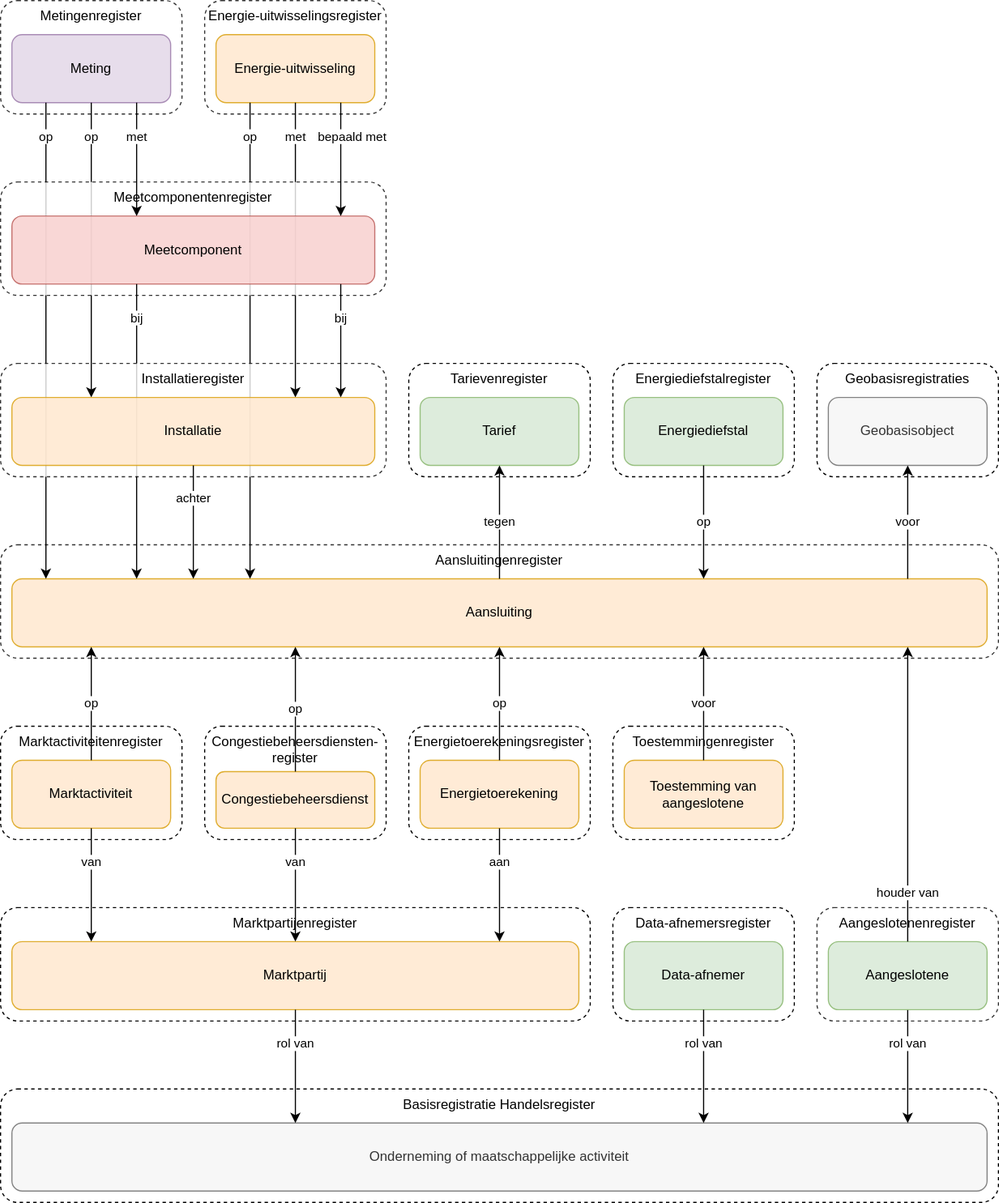
Earlier version of the draw.io export docs/assets/images/stelselplaat.drawio.svg (Netbeheer-Nederland/stelsel). Source tidied: cells renumbered, new cells last; positions are measured from the earlier drawing's top-left corner, leaving out a move shared by most shapes.
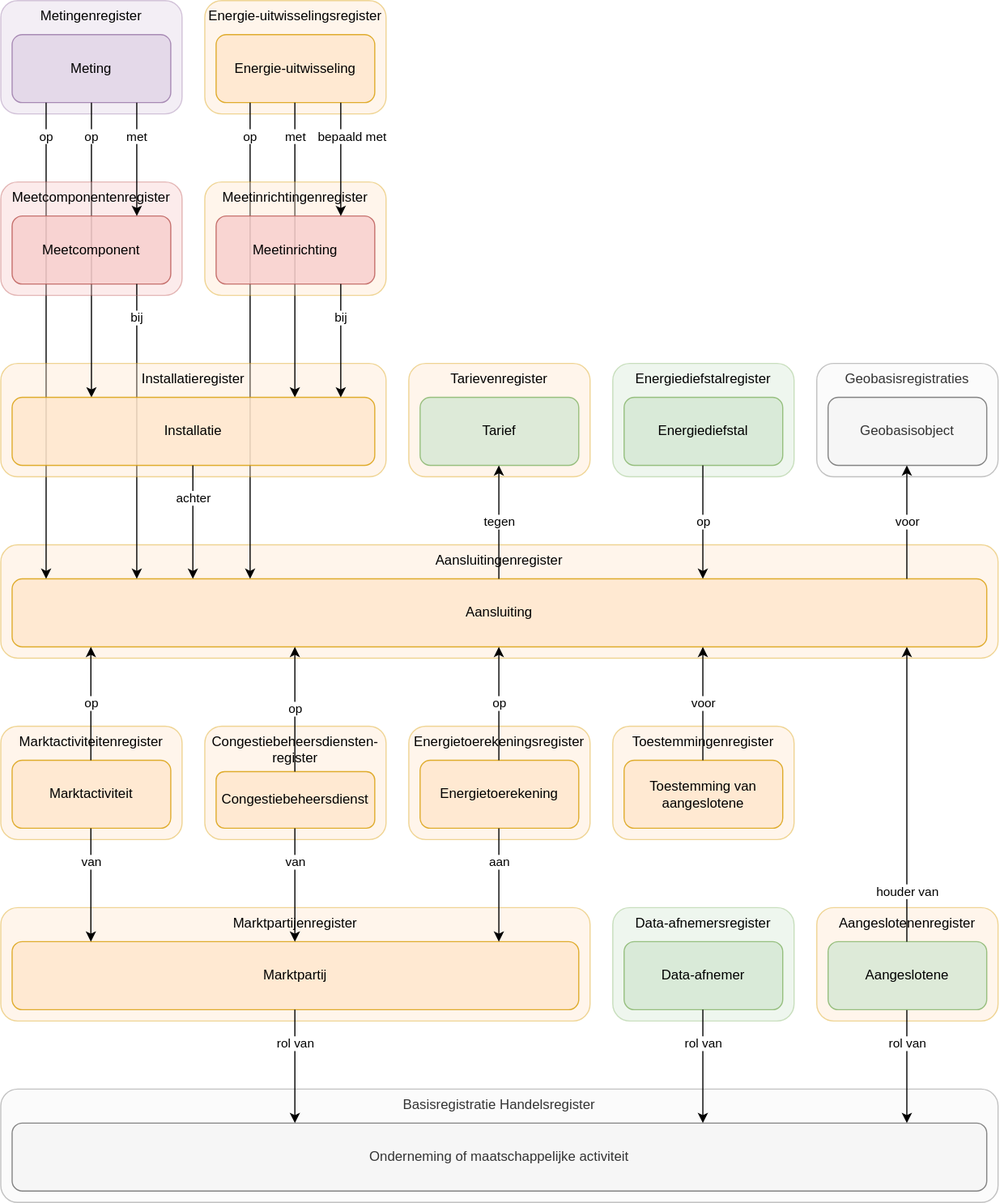
Above is the later version.

Change to the diagram source:
```diff
@@ -2,19 +2,19 @@
   <root>
     <mxCell id="0" />
     <mxCell id="1" parent="0" />
-    <mxCell id="2" value="Toestemmingenregister" style="rounded=1;whiteSpace=wrap;html=1;verticalAlign=top;horizontal=1;align=center;dashed=1;" parent="1" vertex="1">
+    <mxCell id="2" value="Toestemmingenregister" style="rounded=1;whiteSpace=wrap;html=1;verticalAlign=top;horizontal=1;align=center;fillColor=#ffe6cc;strokeColor=#d79b00;opacity=40;" parent="1" vertex="1">
       <mxGeometry x="540" y="640" width="160" height="100" as="geometry" />
     </mxCell>
-    <mxCell id="3" value="Marktpartijenregister" style="rounded=1;whiteSpace=wrap;html=1;verticalAlign=top;align=center;horizontal=1;dashed=1;" parent="1" vertex="1">
+    <mxCell id="3" value="Marktpartijenregister" style="rounded=1;whiteSpace=wrap;html=1;verticalAlign=top;align=center;horizontal=1;fillColor=#ffe6cc;strokeColor=#d79b00;opacity=40;" parent="1" vertex="1">
       <mxGeometry y="800" width="520" height="100" as="geometry" />
     </mxCell>
     <mxCell id="4" value="Marktpartij" style="rounded=1;whiteSpace=wrap;html=1;fillColor=#ffe6cc;strokeColor=#d79b00;opacity=80;" parent="1" vertex="1">
       <mxGeometry x="10" y="830" width="500" height="60" as="geometry" />
     </mxCell>
-    <mxCell id="5" value="Marktactiviteitenregister" style="rounded=1;whiteSpace=wrap;html=1;verticalAlign=top;align=center;horizontal=1;dashed=1;" parent="1" vertex="1">
+    <mxCell id="5" value="Marktactiviteitenregister" style="rounded=1;whiteSpace=wrap;html=1;verticalAlign=top;align=center;horizontal=1;fillColor=#ffe6cc;strokeColor=#d79b00;opacity=40;" parent="1" vertex="1">
       <mxGeometry y="640" width="160" height="100" as="geometry" />
     </mxCell>
-    <mxCell id="6" value="Congestiebeheersdiensten-register" style="rounded=1;whiteSpace=wrap;html=1;verticalAlign=top;align=center;horizontal=1;dashed=1;" parent="1" vertex="1">
+    <mxCell id="6" value="Congestiebeheersdiensten-register" style="rounded=1;whiteSpace=wrap;html=1;verticalAlign=top;align=center;horizontal=1;fillColor=#ffe6cc;strokeColor=#d79b00;opacity=40;" parent="1" vertex="1">
       <mxGeometry x="180" y="640" width="160" height="100" as="geometry" />
     </mxCell>
     <mxCell id="7" value="Marktactiviteit" style="rounded=1;whiteSpace=wrap;html=1;fillColor=#ffe6cc;strokeColor=#d79b00;opacity=80;" parent="1" vertex="1">
@@ -32,7 +32,7 @@
     <mxCell id="11" value="van" style="endArrow=classic;html=1;rounded=0;edgeStyle=elbowEdgeStyle;" parent="1" edge="1" source="9" target="4">
       <mxGeometry x="-0.4" relative="1" as="geometry" />
     </mxCell>
-    <mxCell id="12" value="Energietoerekeningsregister" style="rounded=1;whiteSpace=wrap;html=1;verticalAlign=top;align=center;horizontal=1;dashed=1;" parent="1" vertex="1">
+    <mxCell id="12" value="Energietoerekeningsregister" style="rounded=1;whiteSpace=wrap;html=1;verticalAlign=top;align=center;horizontal=1;fillColor=#ffe6cc;strokeColor=#d79b00;opacity=40;" parent="1" vertex="1">
       <mxGeometry x="360" y="640" width="160" height="100" as="geometry" />
     </mxCell>
     <mxCell id="13" value="Energietoerekening" style="rounded=1;whiteSpace=wrap;html=1;fillColor=#ffe6cc;strokeColor=#d79b00;opacity=80;" parent="1" vertex="1">
@@ -41,22 +41,22 @@
     <mxCell id="14" value="aan" style="endArrow=classic;html=1;rounded=0;edgeStyle=elbowEdgeStyle;" parent="1" edge="1" source="13" target="4">
       <mxGeometry x="-0.4" relative="1" as="geometry" />
     </mxCell>
-    <mxCell id="15" value="Geobasisregistraties" style="rounded=1;whiteSpace=wrap;html=1;verticalAlign=top;horizontal=1;align=center;dashed=1;" parent="1" vertex="1">
+    <mxCell id="15" value="Geobasisregistraties" style="rounded=1;whiteSpace=wrap;html=1;verticalAlign=top;horizontal=1;align=center;fillColor=#f5f5f5;fontColor=#333333;strokeColor=#666666;opacity=40;" parent="1" vertex="1">
       <mxGeometry x="720" y="320" width="160" height="100" as="geometry" />
     </mxCell>
     <mxCell id="16" value="Geobasisobject" style="rounded=1;whiteSpace=wrap;html=1;fillColor=#f5f5f5;strokeColor=#666666;fontColor=#333333;spacingLeft=4;spacingRight=4;opacity=80;" parent="1" vertex="1">
       <mxGeometry x="730" y="350" width="140" height="60" as="geometry" />
     </mxCell>
-    <mxCell id="17" value="Basisregistratie Handelsregister" style="rounded=1;whiteSpace=wrap;html=1;verticalAlign=top;horizontal=1;align=center;dashed=1;" parent="1" vertex="1">
+    <mxCell id="17" value="Basisregistratie Handelsregister" style="rounded=1;whiteSpace=wrap;html=1;verticalAlign=top;horizontal=1;align=center;fillColor=#f5f5f5;fontColor=#333333;strokeColor=#666666;opacity=40;" parent="1" vertex="1">
       <mxGeometry y="960" width="880" height="100" as="geometry" />
     </mxCell>
     <mxCell id="18" value="Onderneming of maatschappelijke activiteit" style="rounded=1;whiteSpace=wrap;html=1;fillColor=#f5f5f5;strokeColor=#666666;fontColor=#333333;opacity=80;" parent="1" vertex="1">
       <mxGeometry x="10" y="990" width="860" height="60" as="geometry" />
     </mxCell>
-    <mxCell id="19" value="Tarievenregister" style="rounded=1;whiteSpace=wrap;html=1;verticalAlign=top;horizontal=1;align=center;strokeWidth=1;dashed=1;" parent="1" vertex="1">
+    <mxCell id="19" value="Tarievenregister" style="rounded=1;whiteSpace=wrap;html=1;verticalAlign=top;horizontal=1;align=center;strokeWidth=1;fillColor=#ffe6cc;strokeColor=#d79b00;opacity=40;" parent="1" vertex="1">
       <mxGeometry x="360" y="320" width="160" height="100" as="geometry" />
     </mxCell>
-    <mxCell id="20" value="Data-afnemersregister" style="rounded=1;whiteSpace=wrap;html=1;verticalAlign=top;horizontal=1;align=center;dashed=1;" parent="1" vertex="1">
+    <mxCell id="20" value="Data-afnemersregister" style="rounded=1;whiteSpace=wrap;html=1;verticalAlign=top;horizontal=1;align=center;fillColor=#d5e8d4;strokeColor=#82b366;opacity=40;" parent="1" vertex="1">
       <mxGeometry x="540" y="800" width="160" height="100" as="geometry" />
     </mxCell>
     <mxCell id="21" value="Tarief" style="rounded=1;whiteSpace=wrap;html=1;fillColor=#d5e8d4;strokeColor=#82b366;opacity=80;" parent="1" vertex="1">
@@ -65,28 +65,28 @@
     <mxCell id="22" value="Data-afnemer" style="rounded=1;whiteSpace=wrap;html=1;fillColor=#d5e8d4;strokeColor=#82b366;opacity=80;" parent="1" vertex="1">
       <mxGeometry x="550" y="830" width="140" height="60" as="geometry" />
     </mxCell>
-    <mxCell id="23" value="Aangeslotenenregister" style="rounded=1;whiteSpace=wrap;html=1;verticalAlign=top;horizontal=1;align=center;dashed=1;strokeWidth=1;opacity=80;" parent="1" vertex="1">
+    <mxCell id="23" value="Aangeslotenenregister" style="rounded=1;whiteSpace=wrap;html=1;verticalAlign=top;horizontal=1;align=center;strokeWidth=1;opacity=40;fillColor=#ffe6cc;strokeColor=#d79b00;" parent="1" vertex="1">
       <mxGeometry x="720" y="800" width="160" height="100" as="geometry" />
     </mxCell>
     <mxCell id="24" value="rol van" style="endArrow=classic;html=1;rounded=0;edgeStyle=elbowEdgeStyle;" parent="1" edge="1" source="55" target="18">
       <mxGeometry x="-0.4" relative="1" as="geometry" />
     </mxCell>
-    <mxCell id="25" value="Aansluitingenregister" style="rounded=1;whiteSpace=wrap;html=1;verticalAlign=top;horizontal=1;align=center;dashed=1;opacity=80;" parent="1" vertex="1">
+    <mxCell id="25" value="Aansluitingenregister" style="rounded=1;whiteSpace=wrap;html=1;verticalAlign=top;horizontal=1;align=center;opacity=40;fillColor=#ffe6cc;strokeColor=#d79b00;" parent="1" vertex="1">
       <mxGeometry y="480" width="880" height="100" as="geometry" />
     </mxCell>
     <mxCell id="26" value="Aansluiting" style="rounded=1;whiteSpace=wrap;html=1;fillColor=#ffe6cc;strokeColor=#d79b00;opacity=80;" parent="1" vertex="1">
       <mxGeometry x="10" y="510" width="860" height="60" as="geometry" />
     </mxCell>
-    <mxCell id="27" value="Energiediefstalregister" style="rounded=1;whiteSpace=wrap;html=1;verticalAlign=top;align=center;horizontal=1;dashed=1;" parent="1" vertex="1">
+    <mxCell id="27" value="Energiediefstalregister" style="rounded=1;whiteSpace=wrap;html=1;verticalAlign=top;align=center;horizontal=1;fillColor=#d5e8d4;strokeColor=#82b366;opacity=40;" parent="1" vertex="1">
       <mxGeometry x="540" y="320" width="160" height="100" as="geometry" />
     </mxCell>
     <mxCell id="28" value="Energiediefstal" style="rounded=1;whiteSpace=wrap;html=1;fillColor=#d5e8d4;strokeColor=#82b366;opacity=80;" parent="1" vertex="1">
       <mxGeometry x="550" y="350" width="140" height="60" as="geometry" />
     </mxCell>
-    <mxCell id="29" value="Energie-uitwisselingsregister" style="rounded=1;whiteSpace=wrap;html=1;verticalAlign=top;horizontal=1;align=center;strokeWidth=1;dashed=1;opacity=80;" parent="1" vertex="1">
+    <mxCell id="29" value="Energie-uitwisselingsregister" style="rounded=1;whiteSpace=wrap;html=1;verticalAlign=top;horizontal=1;align=center;strokeWidth=1;opacity=40;fillColor=#ffe6cc;strokeColor=#d79b00;" parent="1" vertex="1">
       <mxGeometry x="180" width="160" height="100" as="geometry" />
     </mxCell>
-    <mxCell id="30" value="Metingenregister" style="rounded=1;whiteSpace=wrap;html=1;verticalAlign=top;horizontal=1;align=center;dashed=1;opacity=80;" parent="1" vertex="1">
+    <mxCell id="30" value="Metingenregister" style="rounded=1;whiteSpace=wrap;html=1;verticalAlign=top;horizontal=1;align=center;opacity=40;fillColor=#e1d5e7;strokeColor=#9673a6;" parent="1" vertex="1">
       <mxGeometry width="160" height="100" as="geometry" />
     </mxCell>
     <mxCell id="31" value="Energie-uitwisseling" style="rounded=1;whiteSpace=wrap;html=1;fillColor=#ffe6cc;strokeColor=#d79b00;opacity=80;" parent="1" vertex="1">
@@ -141,7 +141,7 @@
         </Array>
       </mxGeometry>
     </mxCell>
-    <mxCell id="44" value="Installatieregister" style="rounded=1;whiteSpace=wrap;html=1;verticalAlign=top;horizontal=1;align=center;dashed=1;opacity=80;" parent="1" vertex="1">
+    <mxCell id="44" value="Installatieregister" style="rounded=1;whiteSpace=wrap;html=1;verticalAlign=top;horizontal=1;align=center;opacity=40;fillColor=#ffe6cc;strokeColor=#d79b00;" parent="1" vertex="1">
       <mxGeometry y="320" width="340" height="100" as="geometry" />
     </mxCell>
     <mxCell id="45" value="met" style="endArrow=classic;html=1;rounded=0;edgeStyle=elbowEdgeStyle;" parent="1" edge="1" source="31" target="49">
@@ -154,22 +154,15 @@
         </Array>
       </mxGeometry>
     </mxCell>
-    <mxCell id="47" value="Meetcomponentenregister" style="rounded=1;whiteSpace=wrap;html=1;verticalAlign=top;align=center;horizontal=1;dashed=1;strokeWidth=1;opacity=80;" parent="1" vertex="1">
-      <mxGeometry y="160" width="340" height="100" as="geometry" />
+    <mxCell id="47" value="Meetinrichtingenregister" style="rounded=1;whiteSpace=wrap;html=1;verticalAlign=top;align=center;horizontal=1;strokeWidth=1;opacity=40;fillColor=#ffe6cc;strokeColor=#d79b00;" parent="1" vertex="1">
+      <mxGeometry x="180" y="160" width="160" height="100" as="geometry" />
     </mxCell>
-    <mxCell id="48" value="Meetcomponent" style="rounded=1;whiteSpace=wrap;html=1;fillColor=#f8cecc;strokeColor=#b85450;opacity=80;" parent="1" vertex="1">
-      <mxGeometry x="10" y="190" width="320" height="60" as="geometry" />
+    <mxCell id="48" value="Meetinrichting" style="rounded=1;whiteSpace=wrap;html=1;fillColor=#f8cecc;strokeColor=#b85450;opacity=80;" parent="1" vertex="1">
+      <mxGeometry x="190" y="190" width="140" height="60" as="geometry" />
     </mxCell>
     <mxCell id="49" value="Installatie" style="rounded=1;whiteSpace=wrap;html=1;fillColor=#ffe6cc;strokeColor=#d79b00;opacity=80;" parent="1" vertex="1">
       <mxGeometry x="10" y="350" width="320" height="60" as="geometry" />
     </mxCell>
-    <mxCell id="50" value="met" style="endArrow=classic;html=1;rounded=0;edgeStyle=elbowEdgeStyle;" parent="1" edge="1" source="32" target="48">
-      <mxGeometry x="-0.4" relative="1" as="geometry">
-        <Array as="points">
-          <mxPoint x="120" y="140" />
-        </Array>
-      </mxGeometry>
-    </mxCell>
     <mxCell id="51" value="bepaald met" style="endArrow=classic;html=1;rounded=0;edgeStyle=elbowEdgeStyle;" parent="1" edge="1" source="31" target="48">
       <mxGeometry x="-0.4" y="10" relative="1" as="geometry">
         <Array as="points">
@@ -189,12 +182,6 @@
         <mxPoint y="-1" as="offset" />
       </mxGeometry>
     </mxCell>
-    <mxCell id="54" style="endArrow=none;html=1;rounded=0;" parent="1" edge="1">
-      <mxGeometry relative="1" as="geometry">
-        <mxPoint x="120" y="250" as="sourcePoint" />
-        <mxPoint x="120" y="260" as="targetPoint" />
-      </mxGeometry>
-    </mxCell>
     <mxCell id="55" value="Aangeslotene" style="rounded=1;whiteSpace=wrap;html=1;fillColor=#d5e8d4;strokeColor=#82b366;opacity=80;" parent="1" vertex="1">
       <mxGeometry x="730" y="830" width="140" height="60" as="geometry" />
     </mxCell>
@@ -204,5 +191,24 @@
     <mxCell id="57" value="voor" style="endArrow=classic;html=1;rounded=0;edgeStyle=elbowEdgeStyle;endFill=1;" parent="1" edge="1" source="8" target="26">
       <mxGeometry relative="1" as="geometry" />
     </mxCell>
+    <mxCell id="58" value="Meetcomponentenregister" style="rounded=1;whiteSpace=wrap;html=1;verticalAlign=top;align=center;horizontal=1;strokeWidth=1;opacity=40;fillColor=#f8cecc;strokeColor=#b85450;" parent="1" vertex="1">
+      <mxGeometry y="160" width="160" height="100" as="geometry" />
+    </mxCell>
+    <mxCell id="59" value="Meetcomponent" style="rounded=1;whiteSpace=wrap;html=1;fillColor=#f8cecc;strokeColor=#b85450;opacity=80;" parent="1" vertex="1">
+      <mxGeometry x="10" y="190" width="140" height="60" as="geometry" />
+    </mxCell>
+    <mxCell id="50" value="met" style="endArrow=classic;html=1;rounded=0;edgeStyle=elbowEdgeStyle;" parent="1" edge="1" source="32" target="59">
+      <mxGeometry x="-0.4" relative="1" as="geometry">
+        <Array as="points">
+          <mxPoint x="120" y="140" />
+        </Array>
+      </mxGeometry>
+    </mxCell>
+    <mxCell id="54" style="endArrow=none;html=1;rounded=0;" parent="1" edge="1">
+      <mxGeometry relative="1" as="geometry">
+        <mxPoint x="120" y="250" as="sourcePoint" />
+        <mxPoint x="120" y="260" as="targetPoint" />
+      </mxGeometry>
+    </mxCell>
   </root>
 </mxGraphModel>
```
